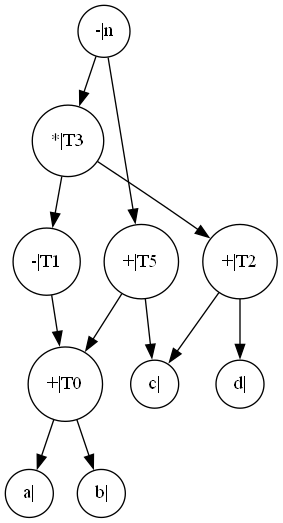
The Graphviz diagram DAG/visible.gv.png in hutao99/compiler, before a commit. Its source is kept beside it as DAG/visible.gv. The source it was exported from:
```dot
digraph "./DAG/visible" {
	node [color=black shape=circle size="20,5"]
	1 [label="a|"]
	2 [label="b|"]
	3 [label="+|T0"]
	4 [label="-|T1"]
	5 [label="c|"]
	6 [label="d|"]
	7 [label="+|T2"]
	8 [label="*|T3"]
	9 [label="+|T5"]
	10 [label="-|n"]
	3 -> 2
	3 -> 1
	4 -> 3
	7 -> 6
	7 -> 5
	8 -> 7
	8 -> 4
	9 -> 5
	9 -> 3
	10 -> 9
	10 -> 8
}
```
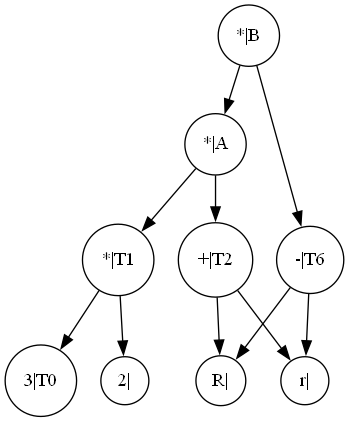
After the change.

What changed in the source:
```diff
@@ -1,24 +1,22 @@
 digraph "./DAG/visible" {
 	node [color=black shape=circle size="20,5"]
-	1 [label="a|"]
-	2 [label="b|"]
-	3 [label="+|T0"]
-	4 [label="-|T1"]
-	5 [label="c|"]
-	6 [label="d|"]
-	7 [label="+|T2"]
-	8 [label="*|T3"]
-	9 [label="+|T5"]
-	10 [label="-|n"]
+	1 [label="3|T0"]
+	2 [label="2|"]
+	3 [label="*|T1"]
+	4 [label="R|"]
+	5 [label="r|"]
+	6 [label="+|T2"]
+	7 [label="*|A"]
+	8 [label="-|T6"]
+	9 [label="*|B"]
+	3 -> 1
 	3 -> 2
-	3 -> 1
-	4 -> 3
+	6 -> 5
+	6 -> 4
 	7 -> 6
-	7 -> 5
-	8 -> 7
+	7 -> 3
+	8 -> 5
 	8 -> 4
-	9 -> 5
-	9 -> 3
-	10 -> 9
-	10 -> 8
+	9 -> 8
+	9 -> 7
 }
```
